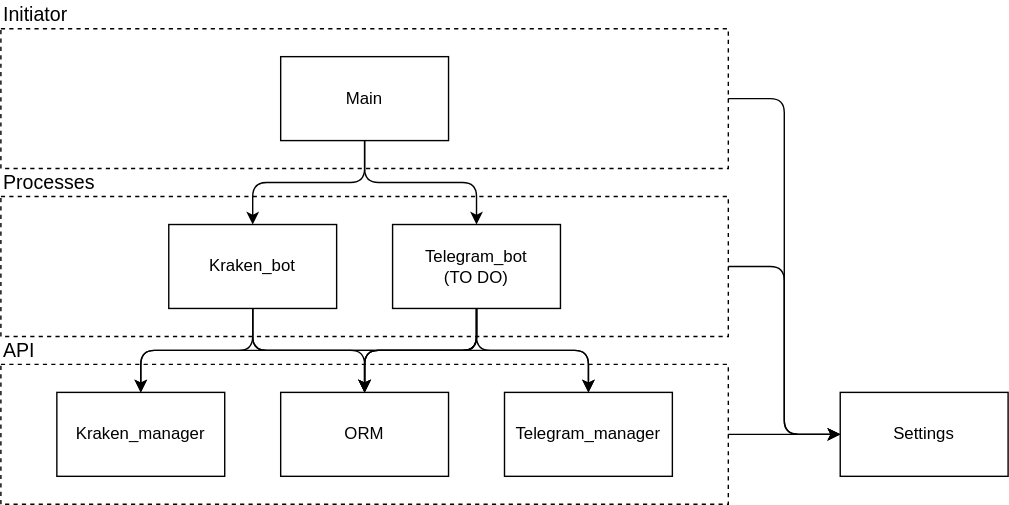
This is docs/application_structure.svg from ArkadyBuryakov/Volatobot, a draw.io export, as it was before one commit. Source tidied: cells renumbered, new cells last; positions are measured from the earlier drawing's top-left corner, leaving out a move shared by most shapes. Its diagram source:
```xml
<mxGraphModel>
  <root>
    <mxCell id="0" />
    <mxCell id="1" parent="0" />
    <mxCell id="2" style="edgeStyle=orthogonalEdgeStyle;rounded=1;jettySize=auto;html=1;entryX=0;entryY=0.5;entryDx=0;entryDy=0;" parent="1" edge="1" source="3" target="27">
      <mxGeometry relative="1" as="geometry" />
    </mxCell>
    <mxCell id="3" style="whiteSpace=wrap;html=1;fillColor=none;dashed=1;align=left;" parent="1" vertex="1">
      <mxGeometry y="20" width="520" height="100" as="geometry" />
    </mxCell>
    <mxCell id="4" style="edgeStyle=orthogonalEdgeStyle;rounded=1;jettySize=auto;html=1;entryX=0;entryY=0.5;entryDx=0;entryDy=0;" parent="1" edge="1" source="5" target="27">
      <mxGeometry relative="1" as="geometry" />
    </mxCell>
    <mxCell id="5" style="whiteSpace=wrap;html=1;fillColor=none;dashed=1;" parent="1" vertex="1">
      <mxGeometry y="140" width="520" height="100" as="geometry" />
    </mxCell>
    <mxCell id="6" style="edgeStyle=orthogonalEdgeStyle;rounded=1;jettySize=auto;html=1;" parent="1" edge="1" source="7">
      <mxGeometry relative="1" as="geometry">
        <mxPoint x="600" y="310" as="targetPoint" />
      </mxGeometry>
    </mxCell>
    <mxCell id="7" style="whiteSpace=wrap;html=1;fillColor=none;dashed=1;" parent="1" vertex="1">
      <mxGeometry y="260" width="520" height="100" as="geometry" />
    </mxCell>
    <mxCell id="8" value="Kraken_manager" style="whiteSpace=wrap;html=1;" parent="1" vertex="1">
      <mxGeometry x="40" y="280" width="120" height="60" as="geometry" />
    </mxCell>
    <mxCell id="9" value="ORM" style="whiteSpace=wrap;html=1;" parent="1" vertex="1">
      <mxGeometry x="200" y="280" width="120" height="60" as="geometry" />
    </mxCell>
    <mxCell id="10" value="Telegram_manager" style="whiteSpace=wrap;html=1;" parent="1" vertex="1">
      <mxGeometry x="360" y="280" width="120" height="60" as="geometry" />
    </mxCell>
    <mxCell id="11" style="edgeStyle=orthogonalEdgeStyle;jettySize=auto;html=1;exitX=0.5;exitY=1;exitDx=0;exitDy=0;entryX=0.5;entryY=0;entryDx=0;entryDy=0;fontSize=14;" parent="1" edge="1" source="14" target="8">
      <mxGeometry relative="1" as="geometry" />
    </mxCell>
    <mxCell id="12" style="edgeStyle=orthogonalEdgeStyle;jettySize=auto;html=1;exitX=0.5;exitY=1;exitDx=0;exitDy=0;entryX=0.5;entryY=0;entryDx=0;entryDy=0;fontSize=14;" parent="1" edge="1" source="14" target="9">
      <mxGeometry relative="1" as="geometry" />
    </mxCell>
    <mxCell id="13" style="edgeStyle=orthogonalEdgeStyle;jettySize=auto;html=1;exitX=0.5;exitY=1;exitDx=0;exitDy=0;entryX=0.5;entryY=0;entryDx=0;entryDy=0;fontSize=14;" parent="1" edge="1" source="14" target="10">
      <mxGeometry relative="1" as="geometry" />
    </mxCell>
    <mxCell id="14" value="Kraken_bot" style="whiteSpace=wrap;html=1;" parent="1" vertex="1">
      <mxGeometry x="120" y="160" width="120" height="60" as="geometry" />
    </mxCell>
    <mxCell id="15" style="edgeStyle=orthogonalEdgeStyle;jettySize=auto;html=1;exitX=0.5;exitY=1;exitDx=0;exitDy=0;entryX=0.5;entryY=0;entryDx=0;entryDy=0;fontSize=14;" parent="1" edge="1" source="20" target="9">
      <mxGeometry relative="1" as="geometry" />
    </mxCell>
    <mxCell id="16" style="edgeStyle=orthogonalEdgeStyle;jettySize=auto;html=1;exitX=0.5;exitY=1;exitDx=0;exitDy=0;entryX=0.5;entryY=0;entryDx=0;entryDy=0;" parent="1" edge="1" source="20" target="9">
      <mxGeometry relative="1" as="geometry" />
    </mxCell>
    <mxCell id="17" style="edgeStyle=orthogonalEdgeStyle;jettySize=auto;html=1;exitX=0.5;exitY=1;exitDx=0;exitDy=0;entryX=0.5;entryY=0;entryDx=0;entryDy=0;" parent="1" edge="1" source="20" target="9">
      <mxGeometry relative="1" as="geometry" />
    </mxCell>
    <mxCell id="18" style="edgeStyle=orthogonalEdgeStyle;jettySize=auto;html=1;exitX=0.5;exitY=1;exitDx=0;exitDy=0;" parent="1" edge="1" source="20">
      <mxGeometry relative="1" as="geometry">
        <mxPoint x="420" y="280" as="targetPoint" />
      </mxGeometry>
    </mxCell>
    <mxCell id="19" style="edgeStyle=orthogonalEdgeStyle;jettySize=auto;html=1;exitX=0.5;exitY=1;exitDx=0;exitDy=0;entryX=0.5;entryY=0;entryDx=0;entryDy=0;" parent="1" edge="1" source="20" target="8">
      <mxGeometry relative="1" as="geometry" />
    </mxCell>
    <mxCell id="20" value="Telegram_bot&lt;br&gt;(TO DO)" style="whiteSpace=wrap;html=1;" parent="1" vertex="1">
      <mxGeometry x="280" y="160" width="120" height="60" as="geometry" />
    </mxCell>
    <mxCell id="21" style="edgeStyle=orthogonalEdgeStyle;jettySize=auto;html=1;exitX=0.5;exitY=1;exitDx=0;exitDy=0;entryX=0.5;entryY=0;entryDx=0;entryDy=0;fontSize=14;" parent="1" edge="1" source="23" target="14">
      <mxGeometry relative="1" as="geometry" />
    </mxCell>
    <mxCell id="22" style="edgeStyle=orthogonalEdgeStyle;jettySize=auto;html=1;exitX=0.5;exitY=1;exitDx=0;exitDy=0;entryX=0.5;entryY=0;entryDx=0;entryDy=0;fontSize=14;" parent="1" edge="1" source="23" target="20">
      <mxGeometry relative="1" as="geometry" />
    </mxCell>
    <mxCell id="23" value="Main" style="whiteSpace=wrap;html=1;" parent="1" vertex="1">
      <mxGeometry x="200" y="40" width="120" height="60" as="geometry" />
    </mxCell>
    <mxCell id="24" value="Initiator" style="text;html=1;align=left;verticalAlign=middle;fontSize=14;" parent="1" vertex="1">
      <mxGeometry width="60" height="20" as="geometry" />
    </mxCell>
    <mxCell id="25" value="Processes" style="text;html=1;align=left;verticalAlign=middle;fontSize=14;" parent="1" vertex="1">
      <mxGeometry y="120" width="80" height="20" as="geometry" />
    </mxCell>
    <mxCell id="26" value="API" style="text;html=1;align=left;verticalAlign=middle;fontSize=14;" parent="1" vertex="1">
      <mxGeometry y="240" width="40" height="20" as="geometry" />
    </mxCell>
    <mxCell id="27" value="Settings" style="whiteSpace=wrap;html=1;" parent="1" vertex="1">
      <mxGeometry x="600" y="280" width="120" height="60" as="geometry" />
    </mxCell>
  </root>
</mxGraphModel>
```
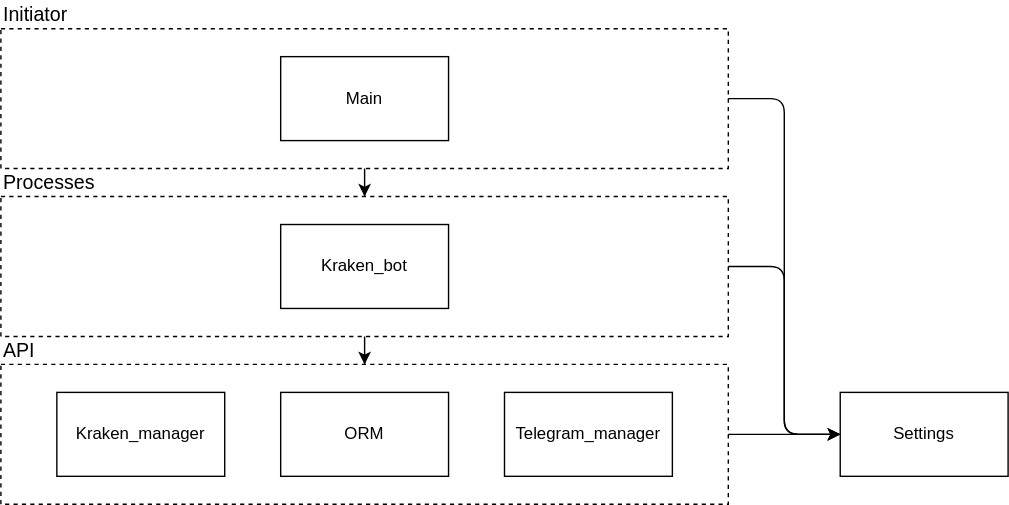
Above is the later version.

The edit, as a diff of the source:
```diff
@@ -5,12 +5,18 @@
     <mxCell id="2" style="edgeStyle=orthogonalEdgeStyle;rounded=1;jettySize=auto;html=1;entryX=0;entryY=0.5;entryDx=0;entryDy=0;" parent="1" edge="1" source="3" target="27">
       <mxGeometry relative="1" as="geometry" />
     </mxCell>
+    <mxCell id="28" style="edgeStyle=orthogonalEdgeStyle;rounded=0;jettySize=auto;html=1;entryX=0.5;entryY=0;entryDx=0;entryDy=0;" parent="1" edge="1" source="3" target="5">
+      <mxGeometry relative="1" as="geometry" />
+    </mxCell>
     <mxCell id="3" style="whiteSpace=wrap;html=1;fillColor=none;dashed=1;align=left;" parent="1" vertex="1">
       <mxGeometry y="20" width="520" height="100" as="geometry" />
     </mxCell>
     <mxCell id="4" style="edgeStyle=orthogonalEdgeStyle;rounded=1;jettySize=auto;html=1;entryX=0;entryY=0.5;entryDx=0;entryDy=0;" parent="1" edge="1" source="5" target="27">
       <mxGeometry relative="1" as="geometry" />
     </mxCell>
+    <mxCell id="29" style="edgeStyle=orthogonalEdgeStyle;rounded=0;jettySize=auto;html=1;entryX=0.5;entryY=0;entryDx=0;entryDy=0;" parent="1" edge="1" source="5" target="7">
+      <mxGeometry relative="1" as="geometry" />
+    </mxCell>
     <mxCell id="5" style="whiteSpace=wrap;html=1;fillColor=none;dashed=1;" parent="1" vertex="1">
       <mxGeometry y="140" width="520" height="100" as="geometry" />
     </mxCell>
@@ -31,44 +37,9 @@
     <mxCell id="10" value="Telegram_manager" style="whiteSpace=wrap;html=1;" parent="1" vertex="1">
       <mxGeometry x="360" y="280" width="120" height="60" as="geometry" />
     </mxCell>
-    <mxCell id="11" style="edgeStyle=orthogonalEdgeStyle;jettySize=auto;html=1;exitX=0.5;exitY=1;exitDx=0;exitDy=0;entryX=0.5;entryY=0;entryDx=0;entryDy=0;fontSize=14;" parent="1" edge="1" source="14" target="8">
-      <mxGeometry relative="1" as="geometry" />
-    </mxCell>
-    <mxCell id="12" style="edgeStyle=orthogonalEdgeStyle;jettySize=auto;html=1;exitX=0.5;exitY=1;exitDx=0;exitDy=0;entryX=0.5;entryY=0;entryDx=0;entryDy=0;fontSize=14;" parent="1" edge="1" source="14" target="9">
-      <mxGeometry relative="1" as="geometry" />
-    </mxCell>
-    <mxCell id="13" style="edgeStyle=orthogonalEdgeStyle;jettySize=auto;html=1;exitX=0.5;exitY=1;exitDx=0;exitDy=0;entryX=0.5;entryY=0;entryDx=0;entryDy=0;fontSize=14;" parent="1" edge="1" source="14" target="10">
-      <mxGeometry relative="1" as="geometry" />
-    </mxCell>
     <mxCell id="14" value="Kraken_bot" style="whiteSpace=wrap;html=1;" parent="1" vertex="1">
-      <mxGeometry x="120" y="160" width="120" height="60" as="geometry" />
+      <mxGeometry x="200" y="160" width="120" height="60" as="geometry" />
     </mxCell>
-    <mxCell id="15" style="edgeStyle=orthogonalEdgeStyle;jettySize=auto;html=1;exitX=0.5;exitY=1;exitDx=0;exitDy=0;entryX=0.5;entryY=0;entryDx=0;entryDy=0;fontSize=14;" parent="1" edge="1" source="20" target="9">
-      <mxGeometry relative="1" as="geometry" />
-    </mxCell>
-    <mxCell id="16" style="edgeStyle=orthogonalEdgeStyle;jettySize=auto;html=1;exitX=0.5;exitY=1;exitDx=0;exitDy=0;entryX=0.5;entryY=0;entryDx=0;entryDy=0;" parent="1" edge="1" source="20" target="9">
-      <mxGeometry relative="1" as="geometry" />
-    </mxCell>
-    <mxCell id="17" style="edgeStyle=orthogonalEdgeStyle;jettySize=auto;html=1;exitX=0.5;exitY=1;exitDx=0;exitDy=0;entryX=0.5;entryY=0;entryDx=0;entryDy=0;" parent="1" edge="1" source="20" target="9">
-      <mxGeometry relative="1" as="geometry" />
-    </mxCell>
-    <mxCell id="18" style="edgeStyle=orthogonalEdgeStyle;jettySize=auto;html=1;exitX=0.5;exitY=1;exitDx=0;exitDy=0;" parent="1" edge="1" source="20">
-      <mxGeometry relative="1" as="geometry">
-        <mxPoint x="420" y="280" as="targetPoint" />
-      </mxGeometry>
-    </mxCell>
-    <mxCell id="19" style="edgeStyle=orthogonalEdgeStyle;jettySize=auto;html=1;exitX=0.5;exitY=1;exitDx=0;exitDy=0;entryX=0.5;entryY=0;entryDx=0;entryDy=0;" parent="1" edge="1" source="20" target="8">
-      <mxGeometry relative="1" as="geometry" />
-    </mxCell>
-    <mxCell id="20" value="Telegram_bot&lt;br&gt;(TO DO)" style="whiteSpace=wrap;html=1;" parent="1" vertex="1">
-      <mxGeometry x="280" y="160" width="120" height="60" as="geometry" />
-    </mxCell>
-    <mxCell id="21" style="edgeStyle=orthogonalEdgeStyle;jettySize=auto;html=1;exitX=0.5;exitY=1;exitDx=0;exitDy=0;entryX=0.5;entryY=0;entryDx=0;entryDy=0;fontSize=14;" parent="1" edge="1" source="23" target="14">
-      <mxGeometry relative="1" as="geometry" />
-    </mxCell>
-    <mxCell id="22" style="edgeStyle=orthogonalEdgeStyle;jettySize=auto;html=1;exitX=0.5;exitY=1;exitDx=0;exitDy=0;entryX=0.5;entryY=0;entryDx=0;entryDy=0;fontSize=14;" parent="1" edge="1" source="23" target="20">
-      <mxGeometry relative="1" as="geometry" />
-    </mxCell>
     <mxCell id="23" value="Main" style="whiteSpace=wrap;html=1;" parent="1" vertex="1">
       <mxGeometry x="200" y="40" width="120" height="60" as="geometry" />
     </mxCell>
```
